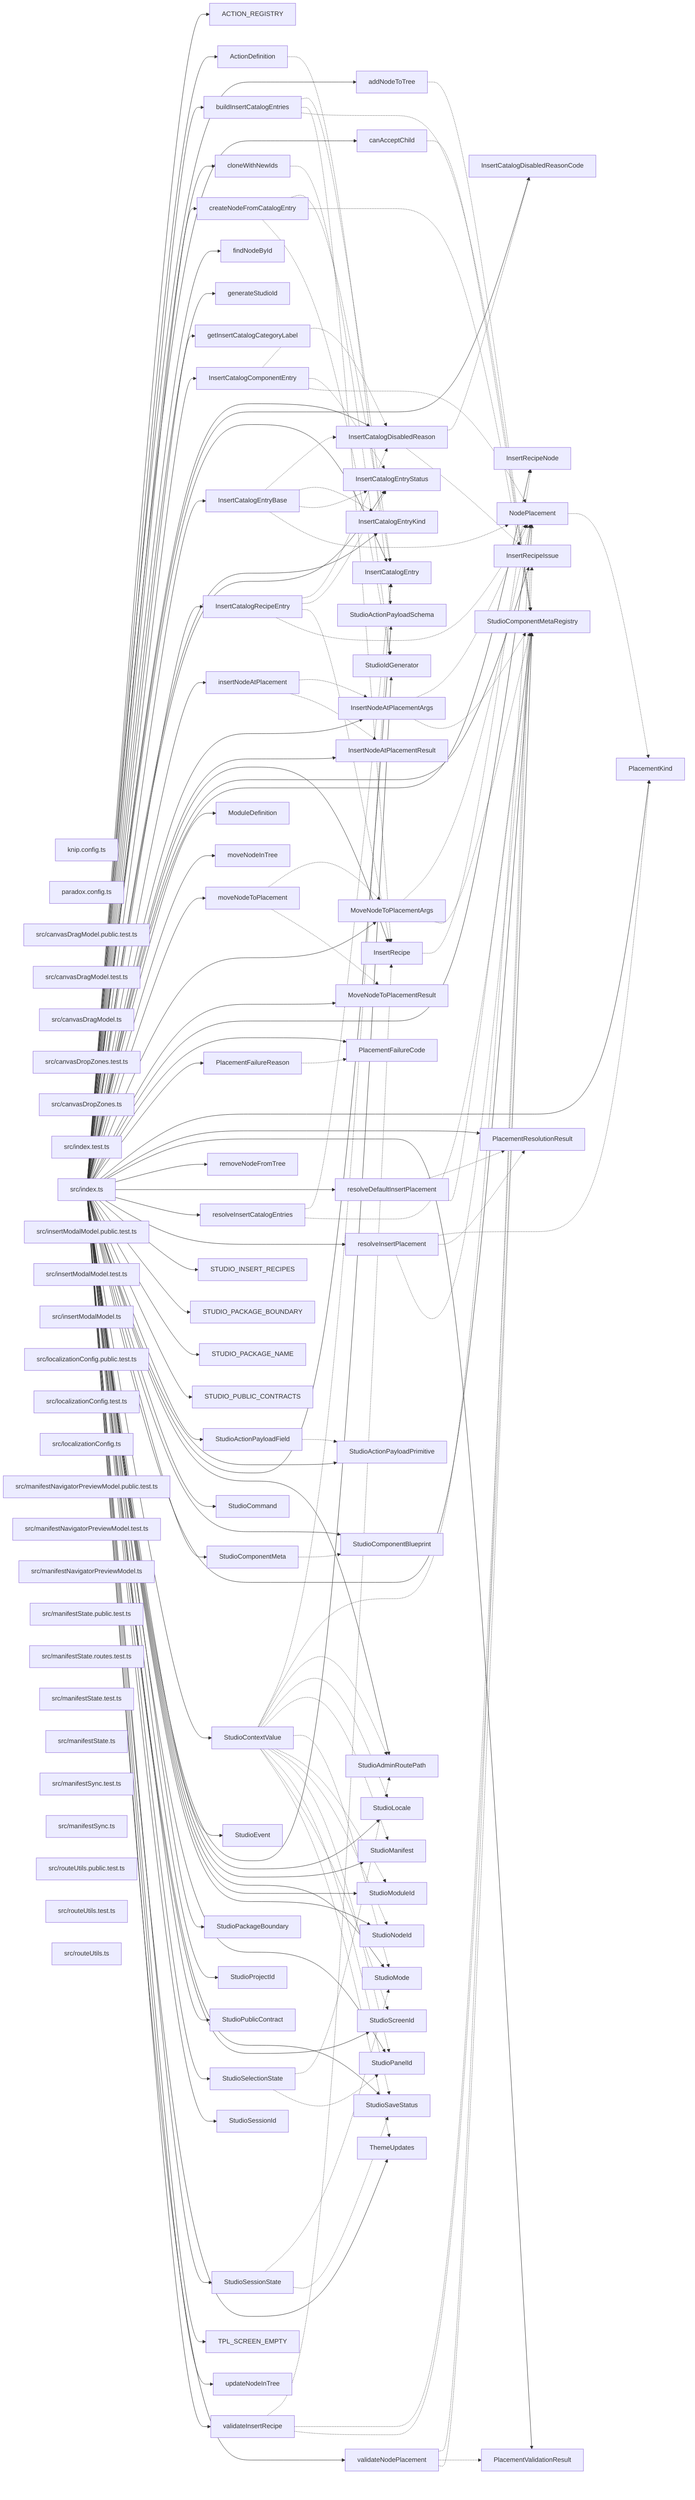
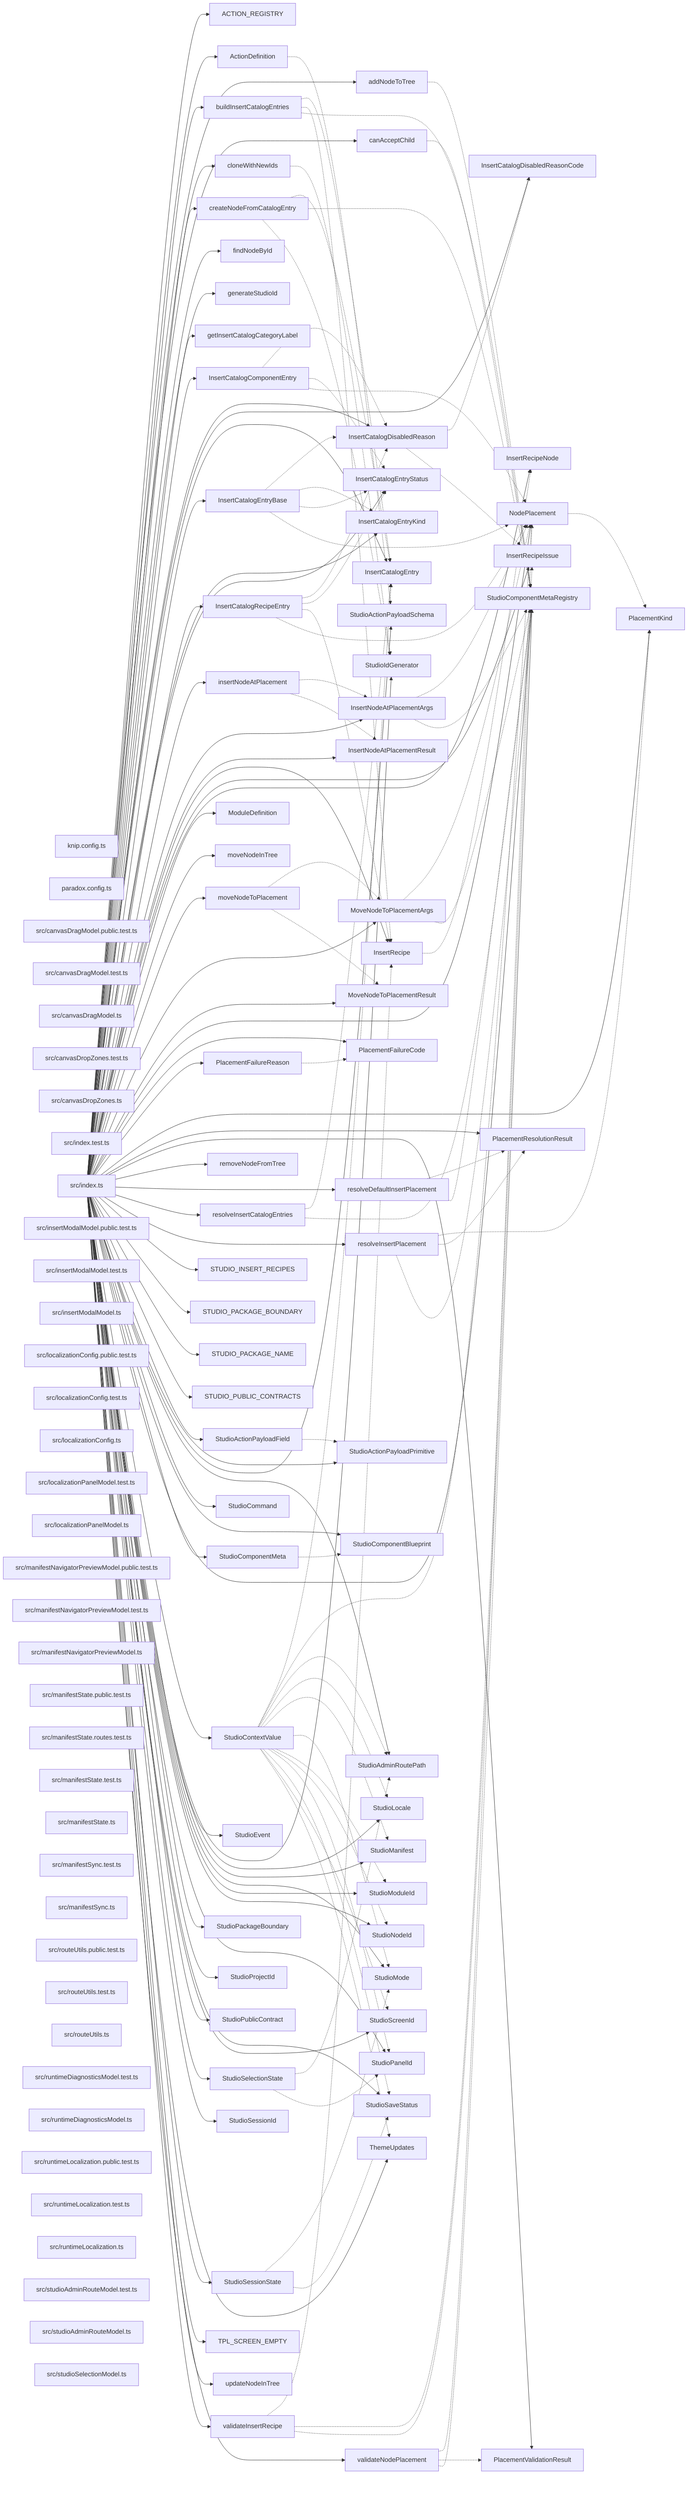
graph LR
  module_knip_config_ts["knip.config.ts"]
  module_paradox_config_ts["paradox.config.ts"]
  module_src_canvasDragModel_public_test_ts["src/canvasDragModel.public.test.ts"]
  module_src_canvasDragModel_test_ts["src/canvasDragModel.test.ts"]
  module_src_canvasDragModel_ts["src/canvasDragModel.ts"]
  module_src_canvasDropZones_test_ts["src/canvasDropZones.test.ts"]
  module_src_canvasDropZones_ts["src/canvasDropZones.ts"]
  module_src_index_test_ts["src/index.test.ts"]
  module_src_index_ts["src/index.ts"]
  module_src_insertModalModel_public_test_ts["src/insertModalModel.public.test.ts"]
  module_src_insertModalModel_test_ts["src/insertModalModel.test.ts"]
  module_src_insertModalModel_ts["src/insertModalModel.ts"]
  module_src_localizationConfig_public_test_ts["src/localizationConfig.public.test.ts"]
  module_src_localizationConfig_test_ts["src/localizationConfig.test.ts"]
  module_src_localizationConfig_ts["src/localizationConfig.ts"]
+   module_src_localizationPanelModel_test_ts["src/localizationPanelModel.test.ts"]
+   module_src_localizationPanelModel_ts["src/localizationPanelModel.ts"]
  module_src_manifestNavigatorPreviewModel_public_test_ts["src/manifestNavigatorPreviewModel.public.test.ts"]
  module_src_manifestNavigatorPreviewModel_test_ts["src/manifestNavigatorPreviewModel.test.ts"]
  module_src_manifestNavigatorPreviewModel_ts["src/manifestNavigatorPreviewModel.ts"]
  module_src_manifestState_public_test_ts["src/manifestState.public.test.ts"]
  module_src_manifestState_routes_test_ts["src/manifestState.routes.test.ts"]
  module_src_manifestState_test_ts["src/manifestState.test.ts"]
  module_src_manifestState_ts["src/manifestState.ts"]
  module_src_manifestSync_test_ts["src/manifestSync.test.ts"]
  module_src_manifestSync_ts["src/manifestSync.ts"]
  module_src_routeUtils_public_test_ts["src/routeUtils.public.test.ts"]
  module_src_routeUtils_test_ts["src/routeUtils.test.ts"]
  module_src_routeUtils_ts["src/routeUtils.ts"]
+   module_src_runtimeDiagnosticsModel_test_ts["src/runtimeDiagnosticsModel.test.ts"]
+   module_src_runtimeDiagnosticsModel_ts["src/runtimeDiagnosticsModel.ts"]
+   module_src_runtimeLocalization_public_test_ts["src/runtimeLocalization.public.test.ts"]
+   module_src_runtimeLocalization_test_ts["src/runtimeLocalization.test.ts"]
+   module_src_runtimeLocalization_ts["src/runtimeLocalization.ts"]
+   module_src_studioAdminRouteModel_test_ts["src/studioAdminRouteModel.test.ts"]
+   module_src_studioAdminRouteModel_ts["src/studioAdminRouteModel.ts"]
+   module_src_studioSelectionModel_ts["src/studioSelectionModel.ts"]
  export_ACTION_REGISTRY["ACTION_REGISTRY"]
  module_src_index_ts --> export_ACTION_REGISTRY
  export_ActionDefinition["ActionDefinition"]
  module_src_index_ts --> export_ActionDefinition
  export_ActionDefinition -.-> export_StudioActionPayloadSchema
  export_addNodeToTree["addNodeToTree"]
  module_src_index_ts --> export_addNodeToTree
  export_addNodeToTree -.-> export_StudioComponentMetaRegistry
  export_buildInsertCatalogEntries["buildInsertCatalogEntries"]
  module_src_index_ts --> export_buildInsertCatalogEntries
  export_buildInsertCatalogEntries -.-> export_InsertCatalogEntry
  export_buildInsertCatalogEntries -.-> export_InsertRecipe
  export_buildInsertCatalogEntries -.-> export_StudioComponentMetaRegistry
  export_canAcceptChild["canAcceptChild"]
  module_src_index_ts --> export_canAcceptChild
  export_canAcceptChild -.-> export_StudioComponentMetaRegistry
  export_cloneWithNewIds["cloneWithNewIds"]
  module_src_index_ts --> export_cloneWithNewIds
  export_cloneWithNewIds -.-> export_StudioIdGenerator
  export_createNodeFromCatalogEntry["createNodeFromCatalogEntry"]
  module_src_index_ts --> export_createNodeFromCatalogEntry
  export_createNodeFromCatalogEntry -.-> export_InsertCatalogEntry
  export_createNodeFromCatalogEntry -.-> export_StudioComponentMetaRegistry
  export_createNodeFromCatalogEntry -.-> export_StudioIdGenerator
  export_findNodeById["findNodeById"]
  module_src_index_ts --> export_findNodeById
  export_generateStudioId["generateStudioId"]
  module_src_index_ts --> export_generateStudioId
  export_getInsertCatalogCategoryLabel["getInsertCatalogCategoryLabel"]
  module_src_index_ts --> export_getInsertCatalogCategoryLabel
  export_InsertCatalogComponentEntry["InsertCatalogComponentEntry"]
  module_src_index_ts --> export_InsertCatalogComponentEntry
  export_InsertCatalogComponentEntry -.-> export_InsertCatalogDisabledReason
  export_InsertCatalogComponentEntry -.-> export_InsertCatalogEntryStatus
  export_InsertCatalogComponentEntry -.-> export_NodePlacement
  export_InsertCatalogDisabledReason["InsertCatalogDisabledReason"]
  module_src_index_ts --> export_InsertCatalogDisabledReason
  export_InsertCatalogDisabledReason -.-> export_InsertCatalogDisabledReasonCode
  export_InsertCatalogDisabledReason -.-> export_InsertRecipeIssue
  export_InsertCatalogDisabledReasonCode["InsertCatalogDisabledReasonCode"]
  module_src_index_ts --> export_InsertCatalogDisabledReasonCode
  export_InsertCatalogEntry["InsertCatalogEntry"]
  module_src_index_ts --> export_InsertCatalogEntry
  export_InsertCatalogEntryBase["InsertCatalogEntryBase"]
  module_src_index_ts --> export_InsertCatalogEntryBase
  export_InsertCatalogEntryBase -.-> export_InsertCatalogDisabledReason
  export_InsertCatalogEntryBase -.-> export_InsertCatalogEntryKind
  export_InsertCatalogEntryBase -.-> export_InsertCatalogEntryStatus
  export_InsertCatalogEntryBase -.-> export_NodePlacement
  export_InsertCatalogEntryKind["InsertCatalogEntryKind"]
  module_src_index_ts --> export_InsertCatalogEntryKind
  export_InsertCatalogEntryStatus["InsertCatalogEntryStatus"]
  module_src_index_ts --> export_InsertCatalogEntryStatus
  export_InsertCatalogRecipeEntry["InsertCatalogRecipeEntry"]
  module_src_index_ts --> export_InsertCatalogRecipeEntry
  export_InsertCatalogRecipeEntry -.-> export_InsertCatalogDisabledReason
  export_InsertCatalogRecipeEntry -.-> export_InsertCatalogEntryStatus
  export_InsertCatalogRecipeEntry -.-> export_InsertRecipe
  export_InsertCatalogRecipeEntry -.-> export_NodePlacement
  export_insertNodeAtPlacement["insertNodeAtPlacement"]
  module_src_index_ts --> export_insertNodeAtPlacement
  export_insertNodeAtPlacement -.-> export_InsertNodeAtPlacementArgs
  export_insertNodeAtPlacement -.-> export_InsertNodeAtPlacementResult
  export_InsertNodeAtPlacementArgs["InsertNodeAtPlacementArgs"]
  module_src_index_ts --> export_InsertNodeAtPlacementArgs
  export_InsertNodeAtPlacementArgs -.-> export_NodePlacement
  export_InsertNodeAtPlacementArgs -.-> export_StudioComponentMetaRegistry
  export_InsertNodeAtPlacementResult["InsertNodeAtPlacementResult"]
  module_src_index_ts --> export_InsertNodeAtPlacementResult
  export_InsertRecipe["InsertRecipe"]
  module_src_index_ts --> export_InsertRecipe
  export_InsertRecipe -.-> export_InsertRecipeNode
  export_InsertRecipeIssue["InsertRecipeIssue"]
  module_src_index_ts --> export_InsertRecipeIssue
  export_InsertRecipeNode["InsertRecipeNode"]
  module_src_index_ts --> export_InsertRecipeNode
  export_ModuleDefinition["ModuleDefinition"]
  module_src_index_ts --> export_ModuleDefinition
  export_moveNodeInTree["moveNodeInTree"]
  module_src_index_ts --> export_moveNodeInTree
  export_moveNodeToPlacement["moveNodeToPlacement"]
  module_src_index_ts --> export_moveNodeToPlacement
  export_moveNodeToPlacement -.-> export_MoveNodeToPlacementArgs
  export_moveNodeToPlacement -.-> export_MoveNodeToPlacementResult
  export_MoveNodeToPlacementArgs["MoveNodeToPlacementArgs"]
  module_src_index_ts --> export_MoveNodeToPlacementArgs
  export_MoveNodeToPlacementArgs -.-> export_NodePlacement
  export_MoveNodeToPlacementArgs -.-> export_StudioComponentMetaRegistry
  export_MoveNodeToPlacementResult["MoveNodeToPlacementResult"]
  module_src_index_ts --> export_MoveNodeToPlacementResult
  export_NodePlacement["NodePlacement"]
  module_src_index_ts --> export_NodePlacement
  export_NodePlacement -.-> export_PlacementKind
  export_PlacementFailureCode["PlacementFailureCode"]
  module_src_index_ts --> export_PlacementFailureCode
  export_PlacementFailureReason["PlacementFailureReason"]
  module_src_index_ts --> export_PlacementFailureReason
  export_PlacementFailureReason -.-> export_PlacementFailureCode
  export_PlacementKind["PlacementKind"]
  module_src_index_ts --> export_PlacementKind
  export_PlacementResolutionResult["PlacementResolutionResult"]
  module_src_index_ts --> export_PlacementResolutionResult
  export_PlacementValidationResult["PlacementValidationResult"]
  module_src_index_ts --> export_PlacementValidationResult
  export_removeNodeFromTree["removeNodeFromTree"]
  module_src_index_ts --> export_removeNodeFromTree
  export_resolveDefaultInsertPlacement["resolveDefaultInsertPlacement"]
  module_src_index_ts --> export_resolveDefaultInsertPlacement
  export_resolveDefaultInsertPlacement -.-> export_PlacementResolutionResult
  export_resolveDefaultInsertPlacement -.-> export_StudioComponentMetaRegistry
  export_resolveInsertCatalogEntries["resolveInsertCatalogEntries"]
  module_src_index_ts --> export_resolveInsertCatalogEntries
  export_resolveInsertCatalogEntries -.-> export_InsertCatalogEntry
  export_resolveInsertCatalogEntries -.-> export_StudioComponentMetaRegistry
  export_resolveInsertPlacement["resolveInsertPlacement"]
  module_src_index_ts --> export_resolveInsertPlacement
  export_resolveInsertPlacement -.-> export_PlacementKind
  export_resolveInsertPlacement -.-> export_PlacementResolutionResult
  export_resolveInsertPlacement -.-> export_StudioComponentMetaRegistry
  export_STUDIO_INSERT_RECIPES["STUDIO_INSERT_RECIPES"]
  module_src_index_ts --> export_STUDIO_INSERT_RECIPES
  export_STUDIO_PACKAGE_BOUNDARY["STUDIO_PACKAGE_BOUNDARY"]
  module_src_index_ts --> export_STUDIO_PACKAGE_BOUNDARY
  export_STUDIO_PACKAGE_NAME["STUDIO_PACKAGE_NAME"]
  module_src_index_ts --> export_STUDIO_PACKAGE_NAME
  export_STUDIO_PUBLIC_CONTRACTS["STUDIO_PUBLIC_CONTRACTS"]
  module_src_index_ts --> export_STUDIO_PUBLIC_CONTRACTS
  export_StudioActionPayloadField["StudioActionPayloadField"]
  module_src_index_ts --> export_StudioActionPayloadField
  export_StudioActionPayloadField -.-> export_StudioActionPayloadPrimitive
  export_StudioActionPayloadPrimitive["StudioActionPayloadPrimitive"]
  module_src_index_ts --> export_StudioActionPayloadPrimitive
  export_StudioActionPayloadSchema["StudioActionPayloadSchema"]
  module_src_index_ts --> export_StudioActionPayloadSchema
  export_StudioAdminRoutePath["StudioAdminRoutePath"]
  module_src_index_ts --> export_StudioAdminRoutePath
  export_StudioCommand["StudioCommand"]
  module_src_index_ts --> export_StudioCommand
  export_StudioComponentBlueprint["StudioComponentBlueprint"]
  module_src_index_ts --> export_StudioComponentBlueprint
  export_StudioComponentMeta["StudioComponentMeta"]
  module_src_index_ts --> export_StudioComponentMeta
  export_StudioComponentMeta -.-> export_StudioComponentBlueprint
  export_StudioComponentMetaRegistry["StudioComponentMetaRegistry"]
  module_src_index_ts --> export_StudioComponentMetaRegistry
  export_StudioContextValue["StudioContextValue"]
  module_src_index_ts --> export_StudioContextValue
  export_StudioContextValue -.-> export_InsertCatalogEntry
  export_StudioContextValue -.-> export_NodePlacement
  export_StudioContextValue -.-> export_StudioAdminRoutePath
  export_StudioContextValue -.-> export_StudioLocale
  export_StudioContextValue -.-> export_StudioManifest
  export_StudioContextValue -.-> export_StudioMode
  export_StudioContextValue -.-> export_StudioModuleId
  export_StudioContextValue -.-> export_StudioNodeId
  export_StudioContextValue -.-> export_StudioPanelId
  export_StudioContextValue -.-> export_StudioSaveStatus
  export_StudioContextValue -.-> export_StudioScreenId
  export_StudioContextValue -.-> export_ThemeUpdates
  export_StudioEvent["StudioEvent"]
  module_src_index_ts --> export_StudioEvent
  export_StudioIdGenerator["StudioIdGenerator"]
  module_src_index_ts --> export_StudioIdGenerator
  export_StudioLocale["StudioLocale"]
  module_src_index_ts --> export_StudioLocale
  export_StudioManifest["StudioManifest"]
  module_src_index_ts --> export_StudioManifest
  export_StudioMode["StudioMode"]
  module_src_index_ts --> export_StudioMode
  export_StudioModuleId["StudioModuleId"]
  module_src_index_ts --> export_StudioModuleId
  export_StudioNodeId["StudioNodeId"]
  module_src_index_ts --> export_StudioNodeId
  export_StudioPackageBoundary["StudioPackageBoundary"]
  module_src_index_ts --> export_StudioPackageBoundary
  export_StudioPanelId["StudioPanelId"]
  module_src_index_ts --> export_StudioPanelId
  export_StudioProjectId["StudioProjectId"]
  module_src_index_ts --> export_StudioProjectId
  export_StudioPublicContract["StudioPublicContract"]
  module_src_index_ts --> export_StudioPublicContract
  export_StudioSaveStatus["StudioSaveStatus"]
  module_src_index_ts --> export_StudioSaveStatus
  export_StudioScreenId["StudioScreenId"]
  module_src_index_ts --> export_StudioScreenId
  export_StudioSelectionState["StudioSelectionState"]
  module_src_index_ts --> export_StudioSelectionState
  export_StudioSelectionState -.-> export_StudioAdminRoutePath
  export_StudioSelectionState -.-> export_StudioPanelId
  export_StudioSessionId["StudioSessionId"]
  module_src_index_ts --> export_StudioSessionId
  export_StudioSessionState["StudioSessionState"]
  module_src_index_ts --> export_StudioSessionState
  export_StudioSessionState -.-> export_StudioMode
  export_StudioSessionState -.-> export_StudioSaveStatus
  export_ThemeUpdates["ThemeUpdates"]
  module_src_index_ts --> export_ThemeUpdates
  export_TPL_SCREEN_EMPTY["TPL_SCREEN_EMPTY"]
  module_src_index_ts --> export_TPL_SCREEN_EMPTY
  export_updateNodeInTree["updateNodeInTree"]
  module_src_index_ts --> export_updateNodeInTree
  export_validateInsertRecipe["validateInsertRecipe"]
  module_src_index_ts --> export_validateInsertRecipe
  export_validateInsertRecipe -.-> export_InsertRecipe
  export_validateInsertRecipe -.-> export_InsertRecipeIssue
  export_validateInsertRecipe -.-> export_StudioComponentMetaRegistry
  export_validateNodePlacement["validateNodePlacement"]
  module_src_index_ts --> export_validateNodePlacement
  export_validateNodePlacement -.-> export_NodePlacement
  export_validateNodePlacement -.-> export_PlacementValidationResult
  export_validateNodePlacement -.-> export_StudioComponentMetaRegistry
